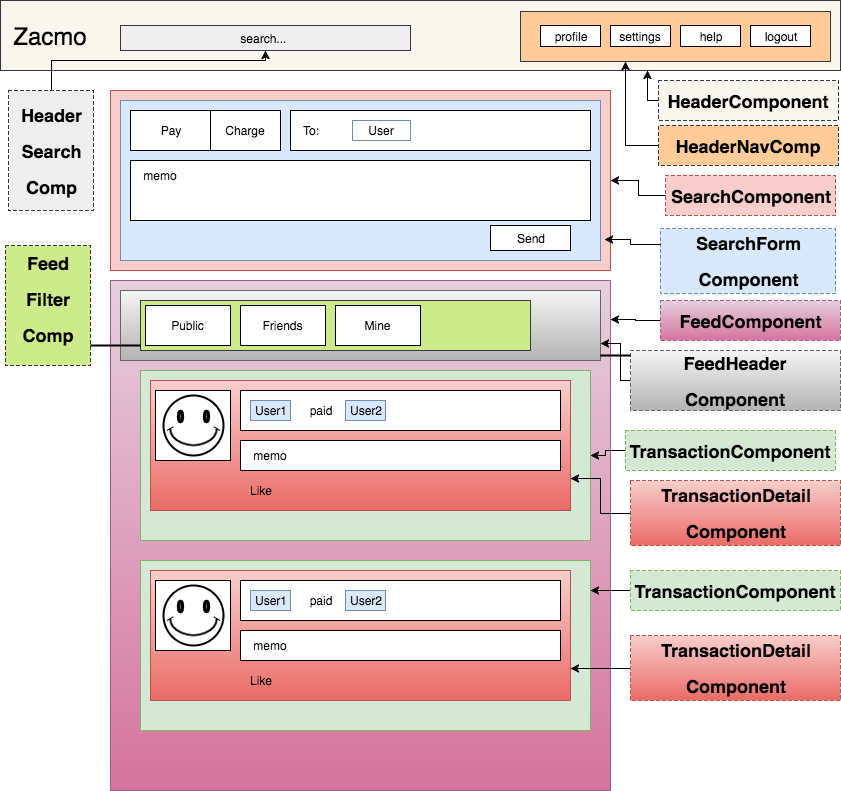
This is docs/wireframes/index.png from zlw241/Zacmo, a draw.io export, as it was before one commit. Source tidied: cells renumbered, new cells last; positions are measured from the earlier drawing's top-left corner, leaving out a move shared by most shapes.
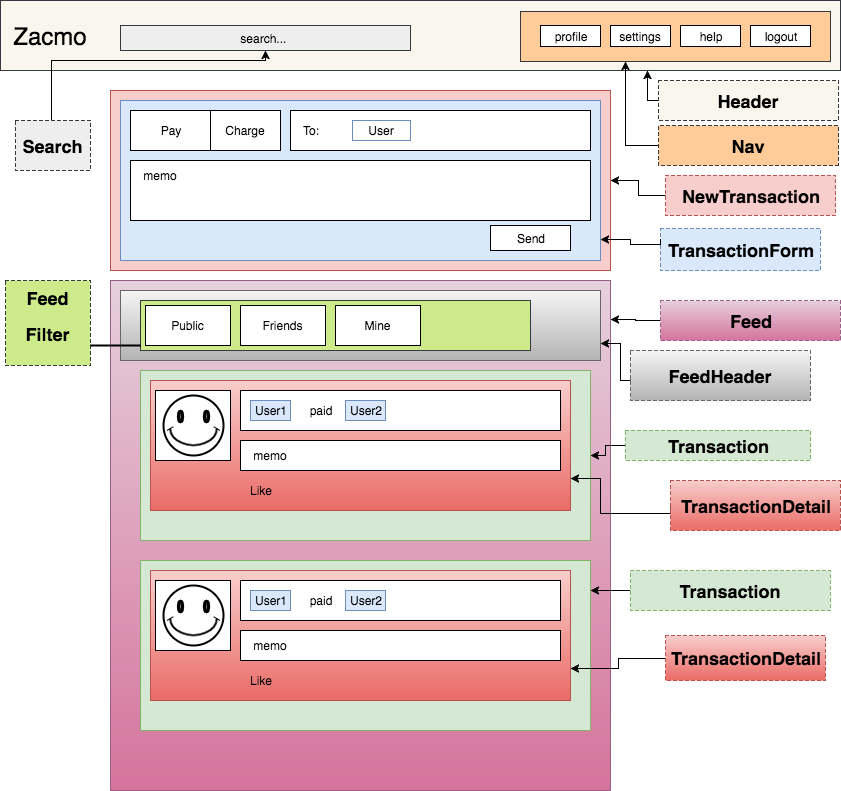
After the change.

Commit message:
Edit index wireframe, create others, edit component hierarchy

What changed in the source:
```diff
@@ -113,29 +113,29 @@
     <mxCell id="38" style="edgeStyle=orthogonalEdgeStyle;rounded=0;html=1;exitX=0;exitY=0.5;entryX=1;entryY=0.5;jettySize=auto;" parent="1" edge="1" source="39" target="51">
       <mxGeometry relative="1" as="geometry" />
     </mxCell>
-    <mxCell id="39" value="&lt;h2&gt;SearchComponent&lt;/h2&gt;" style="text;html=1;strokeColor=#b85450;fillColor=#f8cecc;align=center;verticalAlign=middle;whiteSpace=wrap;dashed=1;" parent="1" vertex="1">
+    <mxCell id="39" value="&lt;h2&gt;NewTransaction&lt;/h2&gt;" style="text;html=1;strokeColor=#b85450;fillColor=#f8cecc;align=center;verticalAlign=middle;whiteSpace=wrap;dashed=1;" parent="1" vertex="1">
       <mxGeometry x="665" y="175" width="170" height="40" as="geometry" />
     </mxCell>
-    <mxCell id="40" value="&lt;h2&gt;SearchForm&lt;/h2&gt;&lt;h2&gt;Component&lt;/h2&gt;" style="text;html=1;strokeColor=#6c8ebf;fillColor=#dae8fc;align=center;verticalAlign=middle;whiteSpace=wrap;dashed=1;" parent="1" vertex="1">
-      <mxGeometry x="660" y="228" width="175" height="65" as="geometry" />
+    <mxCell id="40" value="&lt;h2&gt;TransactionForm&lt;/h2&gt;" style="text;html=1;strokeColor=#6c8ebf;fillColor=#dae8fc;align=center;verticalAlign=middle;whiteSpace=wrap;dashed=1;" parent="1" vertex="1">
+      <mxGeometry x="660" y="228" width="160" height="42" as="geometry" />
     </mxCell>
     <mxCell id="41" style="edgeStyle=orthogonalEdgeStyle;rounded=0;html=1;exitX=0;exitY=0.5;jettySize=auto;" parent="1" edge="1" source="42" target="16">
       <mxGeometry relative="1" as="geometry" />
     </mxCell>
-    <mxCell id="42" value="&lt;h2&gt;TransactionComponent&lt;/h2&gt;" style="text;html=1;strokeColor=#82b366;fillColor=#d5e8d4;align=center;verticalAlign=middle;whiteSpace=wrap;dashed=1;" parent="1" vertex="1">
-      <mxGeometry x="625" y="430" width="210" height="40" as="geometry" />
+    <mxCell id="42" value="&lt;h2&gt;Transaction&lt;/h2&gt;" style="text;html=1;strokeColor=#82b366;fillColor=#d5e8d4;align=center;verticalAlign=middle;whiteSpace=wrap;dashed=1;" parent="1" vertex="1">
+      <mxGeometry x="625" y="430" width="185" height="30" as="geometry" />
     </mxCell>
     <mxCell id="43" style="edgeStyle=orthogonalEdgeStyle;rounded=0;html=1;exitX=0;exitY=0.5;entryX=1;entryY=0.076;entryPerimeter=0;jettySize=auto;" parent="1" edge="1" source="44" target="2">
       <mxGeometry relative="1" as="geometry" />
     </mxCell>
-    <mxCell id="44" value="&lt;h2&gt;FeedComponent&lt;/h2&gt;" style="text;html=1;strokeColor=#996185;fillColor=#e6d0de;align=center;verticalAlign=middle;whiteSpace=wrap;dashed=1;gradientColor=#d5739d;" parent="1" vertex="1">
+    <mxCell id="44" value="&lt;h2&gt;Feed&lt;/h2&gt;" style="text;html=1;strokeColor=#996185;fillColor=#e6d0de;align=center;verticalAlign=middle;whiteSpace=wrap;dashed=1;gradientColor=#d5739d;" parent="1" vertex="1">
       <mxGeometry x="660" y="300" width="180" height="40" as="geometry" />
     </mxCell>
     <mxCell id="45" style="edgeStyle=orthogonalEdgeStyle;rounded=0;html=1;exitX=0;exitY=0.5;entryX=1;entryY=0.176;entryPerimeter=0;jettySize=auto;" parent="1" edge="1" source="46" target="27">
       <mxGeometry relative="1" as="geometry" />
     </mxCell>
-    <mxCell id="46" value="&lt;h2&gt;TransactionComponent&lt;/h2&gt;" style="text;html=1;strokeColor=#82b366;fillColor=#d5e8d4;align=center;verticalAlign=middle;whiteSpace=wrap;dashed=1;" parent="1" vertex="1">
-      <mxGeometry x="630" y="570" width="210" height="40" as="geometry" />
+    <mxCell id="46" value="&lt;h2&gt;Transaction&lt;/h2&gt;" style="text;html=1;strokeColor=#82b366;fillColor=#d5e8d4;align=center;verticalAlign=middle;whiteSpace=wrap;dashed=1;" parent="1" vertex="1">
+      <mxGeometry x="630" y="570" width="200" height="40" as="geometry" />
     </mxCell>
     <mxCell id="47" style="edgeStyle=orthogonalEdgeStyle;rounded=0;html=1;exitX=0;exitY=0.5;jettySize=auto;entryX=1;entryY=0.75;" parent="1" edge="1" source="48" target="17">
       <mxGeometry relative="1" as="geometry">
@@ -145,14 +145,14 @@
         </Array>
       </mxGeometry>
     </mxCell>
-    <mxCell id="48" value="&lt;h2&gt;TransactionDetail&lt;/h2&gt;&lt;h2&gt;Component&lt;/h2&gt;" style="text;html=1;strokeColor=#b85450;fillColor=#f8cecc;align=center;verticalAlign=middle;whiteSpace=wrap;dashed=1;gradientColor=#ea6b66;" parent="1" vertex="1">
-      <mxGeometry x="630" y="480" width="210" height="65" as="geometry" />
+    <mxCell id="48" value="&lt;h2&gt;TransactionDetail&lt;/h2&gt;" style="text;html=1;strokeColor=#b85450;fillColor=#f8cecc;align=center;verticalAlign=middle;whiteSpace=wrap;dashed=1;gradientColor=#ea6b66;" parent="1" vertex="1">
+      <mxGeometry x="670" y="480" width="170" height="50" as="geometry" />
     </mxCell>
     <mxCell id="49" style="edgeStyle=orthogonalEdgeStyle;rounded=0;html=1;exitX=0;exitY=0.5;entryX=1;entryY=0.75;jettySize=auto;" parent="1" edge="1" source="50" target="28">
       <mxGeometry relative="1" as="geometry" />
     </mxCell>
-    <mxCell id="50" value="&lt;h2&gt;TransactionDetail&lt;/h2&gt;&lt;h2&gt;Component&lt;/h2&gt;" style="text;html=1;strokeColor=#b85450;fillColor=#f8cecc;align=center;verticalAlign=middle;whiteSpace=wrap;dashed=1;gradientColor=#ea6b66;" parent="1" vertex="1">
-      <mxGeometry x="630" y="635" width="210" height="65" as="geometry" />
+    <mxCell id="50" value="&lt;h2&gt;TransactionDetail&lt;/h2&gt;" style="text;html=1;strokeColor=#b85450;fillColor=#f8cecc;align=center;verticalAlign=middle;whiteSpace=wrap;dashed=1;gradientColor=#ea6b66;" parent="1" vertex="1">
+      <mxGeometry x="665" y="635" width="160" height="45" as="geometry" />
     </mxCell>
     <mxCell id="51" style="whiteSpace=wrap;html=1;fillColor=#f8cecc;strokeColor=#b85450;" parent="1" vertex="1">
       <mxGeometry x="110" y="90" width="500" height="180" as="geometry" />
@@ -189,23 +189,20 @@
         </Array>
       </mxGeometry>
     </mxCell>
-    <mxCell id="61" value="&lt;h2&gt;FeedHeader&lt;/h2&gt;&lt;h2&gt;Component&lt;/h2&gt;" style="text;html=1;strokeColor=#666666;fillColor=#f5f5f5;align=center;verticalAlign=middle;whiteSpace=wrap;dashed=1;gradientColor=#b3b3b3;" parent="1" vertex="1">
-      <mxGeometry x="630" y="350" width="210" height="60" as="geometry" />
+    <mxCell id="61" value="&lt;h2&gt;FeedHeader&lt;/h2&gt;" style="text;html=1;strokeColor=#666666;fillColor=#f5f5f5;align=center;verticalAlign=middle;whiteSpace=wrap;dashed=1;gradientColor=#b3b3b3;" parent="1" vertex="1">
+      <mxGeometry x="630" y="350" width="180" height="50" as="geometry" />
     </mxCell>
-    <mxCell id="62" style="line;strokeWidth=2;html=1;" parent="1" vertex="1">
-      <mxGeometry x="600" y="350" width="30" height="10" as="geometry" />
-    </mxCell>
     <mxCell id="63" value="Charge" style="whiteSpace=wrap;html=1;" parent="1" vertex="1">
       <mxGeometry x="210" y="110" width="70" height="40" as="geometry" />
     </mxCell>
     <mxCell id="64" style="edgeStyle=orthogonalEdgeStyle;rounded=0;html=1;exitX=0;exitY=0.5;entryX=0.77;entryY=1;entryPerimeter=0;jettySize=auto;" parent="1" edge="1" source="65" target="3">
       <mxGeometry relative="1" as="geometry" />
     </mxCell>
-    <mxCell id="65" value="&lt;h2&gt;HeaderComponent&lt;/h2&gt;" style="text;html=1;strokeColor=#36393d;fillColor=#f9f7ed;align=center;verticalAlign=middle;whiteSpace=wrap;dashed=1;" parent="1" vertex="1">
+    <mxCell id="65" value="&lt;h2&gt;Header&lt;/h2&gt;" style="text;html=1;strokeColor=#36393d;fillColor=#f9f7ed;align=center;verticalAlign=middle;whiteSpace=wrap;dashed=1;" parent="1" vertex="1">
       <mxGeometry x="658" y="80" width="180" height="40" as="geometry" />
     </mxCell>
-    <mxCell id="66" value="&lt;h2&gt;Feed&lt;/h2&gt;&lt;h2&gt;Filter&lt;/h2&gt;&lt;h2&gt;Comp&lt;/h2&gt;&lt;div&gt;&lt;br&gt;&lt;/div&gt;" style="text;html=1;strokeColor=#36393d;fillColor=#cdeb8b;align=center;verticalAlign=middle;whiteSpace=wrap;dashed=1;" parent="1" vertex="1">
-      <mxGeometry x="5" y="245" width="85" height="120" as="geometry" />
+    <mxCell id="66" value="&lt;h2&gt;Feed&lt;/h2&gt;&lt;h2&gt;Filter&lt;/h2&gt;&lt;div&gt;&lt;br&gt;&lt;/div&gt;" style="text;html=1;strokeColor=#36393d;fillColor=#cdeb8b;align=center;verticalAlign=middle;whiteSpace=wrap;dashed=1;" parent="1" vertex="1">
+      <mxGeometry x="5" y="280" width="85" height="85" as="geometry" />
     </mxCell>
     <mxCell id="67" style="line;strokeWidth=2;html=1;fillColor=#ffffff;gradientColor=none;" parent="1" vertex="1">
       <mxGeometry x="90" y="340" width="50" height="10" as="geometry" />
@@ -213,11 +210,12 @@
     <mxCell id="68" style="edgeStyle=orthogonalEdgeStyle;rounded=0;html=1;exitX=1;exitY=0.5;entryX=0.339;entryY=1;entryPerimeter=0;jettySize=auto;" parent="1" edge="1" source="69" target="6">
       <mxGeometry relative="1" as="geometry" />
     </mxCell>
-    <mxCell id="69" value="&lt;h2&gt;HeaderNavComp&lt;/h2&gt;" style="text;html=1;strokeColor=#36393d;fillColor=#ffcc99;align=center;verticalAlign=middle;whiteSpace=wrap;dashed=1;direction=west;" parent="1" vertex="1">
+    <mxCell id="69" value="&lt;h2&gt;Nav&lt;/h2&gt;" style="text;html=1;strokeColor=#36393d;fillColor=#ffcc99;align=center;verticalAlign=middle;whiteSpace=wrap;dashed=1;direction=west;" parent="1" vertex="1">
       <mxGeometry x="658" y="125" width="180" height="40" as="geometry" />
     </mxCell>
-    <mxCell id="70" style="edgeStyle=orthogonalEdgeStyle;rounded=0;html=1;exitX=0;exitY=0.25;jettySize=auto;entryX=1.008;entryY=0.869;entryPerimeter=0;" parent="1" edge="1" source="40" target="52">
+    <mxCell id="70" style="edgeStyle=orthogonalEdgeStyle;rounded=0;html=1;exitX=0;exitY=0.25;jettySize=auto;" parent="1" edge="1" source="40">
       <mxGeometry relative="1" as="geometry">
+        <mxPoint x="600" y="239" as="targetPoint" />
         <Array as="points">
           <mxPoint x="630" y="244" />
           <mxPoint x="630" y="239" />
@@ -232,8 +230,8 @@
         </Array>
       </mxGeometry>
     </mxCell>
-    <mxCell id="72" value="&lt;h2&gt;Header&lt;/h2&gt;&lt;h2&gt;Search&lt;/h2&gt;&lt;h2&gt;Comp&lt;/h2&gt;" style="text;html=1;strokeColor=#36393d;fillColor=#eeeeee;align=center;verticalAlign=middle;whiteSpace=wrap;dashed=1;" parent="1" vertex="1">
-      <mxGeometry x="8" y="90" width="85" height="120" as="geometry" />
+    <mxCell id="72" value="&lt;h2&gt;Search&lt;br&gt;&lt;/h2&gt;" style="text;html=1;strokeColor=#36393d;fillColor=#eeeeee;align=center;verticalAlign=middle;whiteSpace=wrap;dashed=1;" parent="1" vertex="1">
+      <mxGeometry x="15" y="120" width="75" height="50" as="geometry" />
     </mxCell>
   </root>
 </mxGraphModel>
```
